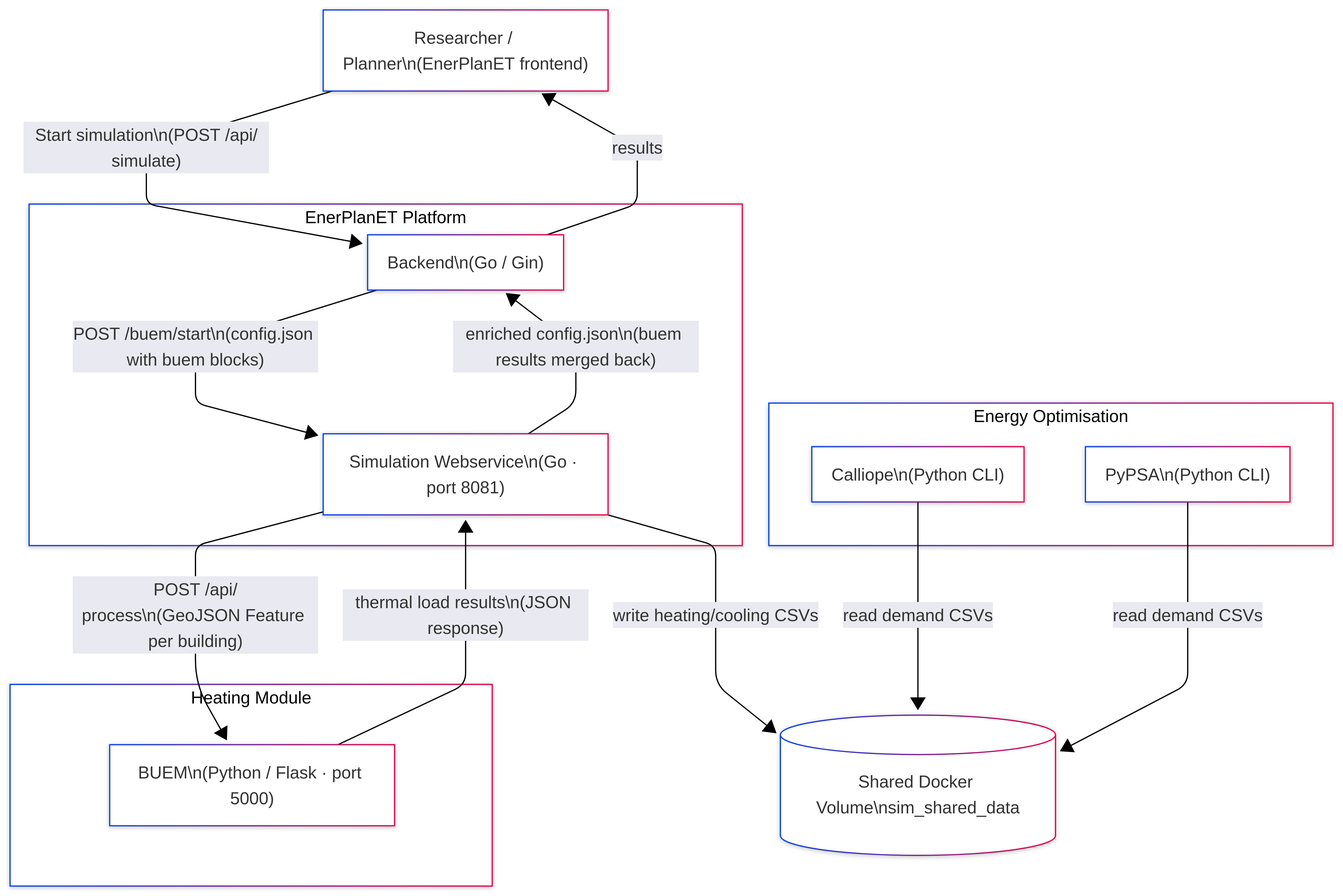
Above: docs/assets/diagrams/system-context/system-context.png in enerplanet/buem-gateway (Mermaid), before the change. Its source is kept beside it as docs/assets/diagrams/system-context/system-context.mmd. Source of this version:
```mermaid
graph TD
    USER["Researcher / Planner\n(EnerPlanET frontend)"]

    subgraph ENERPLANET["EnerPlanET Platform"]
        BE["Backend\n(Go / Gin)"]
        WS["Simulation Webservice\n(Go · port 8081)"]
    end

    subgraph HEATING["Heating Module"]
        BUEM["BUEM\n(Python / Flask · port 5000)"]
    end

    subgraph ENERGY_OPT["Energy Optimisation"]
        CAL["Calliope\n(Python CLI)"]
        PYPSA["PyPSA\n(Python CLI)"]
    end

    VOL[("Shared Docker Volume\nsim_shared_data")]

    USER -->|"Start simulation\n(POST /api/simulate)"| BE
    BE -->|"POST /buem/start\n(config.json with buem blocks)"| WS
    WS -->|"POST /api/process\n(GeoJSON Feature per building)"| BUEM
    BUEM -->|"thermal load results\n(JSON response)"| WS
    WS -->|"write heating/cooling CSVs"| VOL
    CAL -->|"read demand CSVs"| VOL
    PYPSA -->|"read demand CSVs"| VOL
    WS -->|"enriched config.json\n(buem results merged back)"| BE
    BE -->|"results"| USER
```
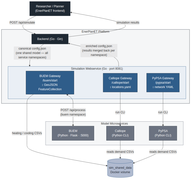
Later version of the same file.

The edit, as a diff of the source:
```diff
@@ -1,28 +1,50 @@
+---
+config:
+  layout: dagre
+---
 graph TD
     USER["Researcher / Planner\n(EnerPlanET frontend)"]
 
-    subgraph ENERPLANET["EnerPlanET Platform"]
-        BE["Backend\n(Go / Gin)"]
-        WS["Simulation Webservice\n(Go · port 8081)"]
+    subgraph EP["EnerPlanET Platform"]
+        BE["Backend  (Go · Gin)"]
+
+        subgraph WS["Simulation Webservice  (Go · port 8081)"]
+            direction LR
+            GW_B["BUEM Gateway\n/buem/start\n↕ GeoJSON FeatureCollection"]
+            GW_C["Calliope Gateway\n/calliope/start\n↕ locations.yaml"]
+            GW_P["PyPSA Gateway\n/pypsa/start\n↕ network YAML"]
+        end
     end
 
-    subgraph HEATING["Heating Module"]
-        BUEM["BUEM\n(Python / Flask · port 5000)"]
-    end
-
-    subgraph ENERGY_OPT["Energy Optimisation"]
+    subgraph MSVC["Model Microservices"]
+        BUEM["BUEM\n(Python · Flask · :5000)"]
         CAL["Calliope\n(Python CLI)"]
         PYPSA["PyPSA\n(Python CLI)"]
     end
 
-    VOL[("Shared Docker Volume\nsim_shared_data")]
+    VOL[("sim_shared_data\nDocker volume")]
 
-    USER -->|"Start simulation\n(POST /api/simulate)"| BE
-    BE -->|"POST /buem/start\n(config.json with buem blocks)"| WS
-    WS -->|"POST /api/process\n(GeoJSON Feature per building)"| BUEM
-    BUEM -->|"thermal load results\n(JSON response)"| WS
-    WS -->|"write heating/cooling CSVs"| VOL
-    CAL -->|"read demand CSVs"| VOL
-    PYPSA -->|"read demand CSVs"| VOL
-    WS -->|"enriched config.json\n(buem results merged back)"| BE
-    BE -->|"results"| USER
+    USER    -->|"POST /api/simulate"| BE
+    BE      -->|"canonical config.json\n(one shared model — all service namespaces)"| WS
+    GW_B   <-->|"POST /api/process\n(buem namespace)"| BUEM
+    GW_B    -->|"heating / cooling CSVs"| VOL
+    GW_C    -->|"run CLI"| CAL
+    CAL     -->|"reads demand CSVs"| VOL
+    GW_P    -->|"run CLI"| PYPSA
+    PYPSA   -->|"reads demand CSVs"| VOL
+    WS      -->|"enriched config.json\n(results merged back per namespace)"| BE
+    BE      -->|"simulation results"| USER
+
+    classDef gateway     fill:#2f5d8a,stroke:#1f2933,color:#ffffff
+    classDef microservice fill:#6b7280,stroke:#1f2933,color:#ffffff
+    classDef platform    fill:#1f2933,stroke:#1f2933,color:#ffffff
+    classDef storage     fill:#b0bacf,stroke:#2f5d8a,color:#1f2933
+
+    class GW_B,GW_C,GW_P gateway
+    class BUEM,CAL,PYPSA microservice
+    class BE,USER platform
+    class VOL storage
+
+    style EP   fill:#f5f6f7,stroke:#1f2933
+    style WS   fill:#eaeff5,stroke:#2f5d8a
+    style MSVC fill:#f5f6f7,stroke:#6b7280
```
